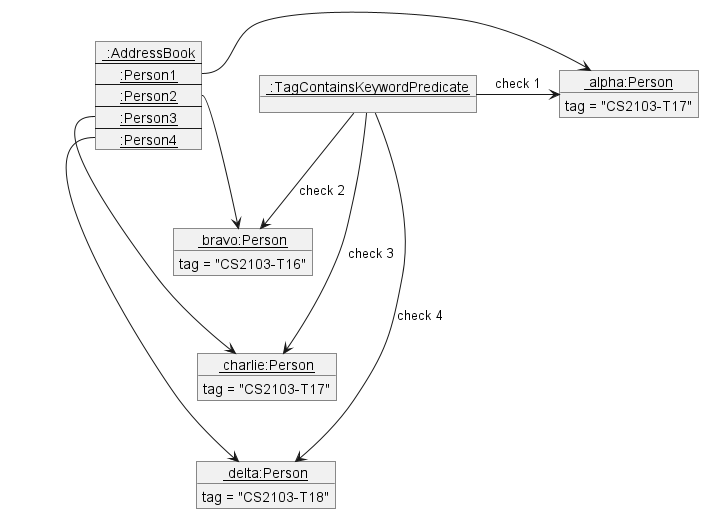
This is docs/images/FilterDiagram4.png from nus-cs2103-AY2223S1/tp, a PlantUML export, as it was before one commit. Source of this version:
```plantuml
@startuml

object "<u> alpha:Person" as Alpha {
    tag = "CS2103-T17"
}
object "<u> bravo:Person" as Bravo {
    tag = "CS2103-T16"
}
object "<u> charlie:Person" as Charlie {
    tag = "CS2103-T17"
}
object "<u> delta:Person" as Delta {
    tag = "CS2103-T18"
}

map "<u> :AddressBook" as AddressBook {
 <u>:Person1 *-> Alpha
 <u>:Person2 *--> Bravo
 <u>:Person3 *--> Charlie
 <u>:Person4 *--> Delta
}

object "<u> :TagContainsKeywordPredicate" as check
check -> Alpha: check 1
check --> Bravo: check 2
check ---> Charlie:check 3
check ----> Delta:check 4
@enduml
```
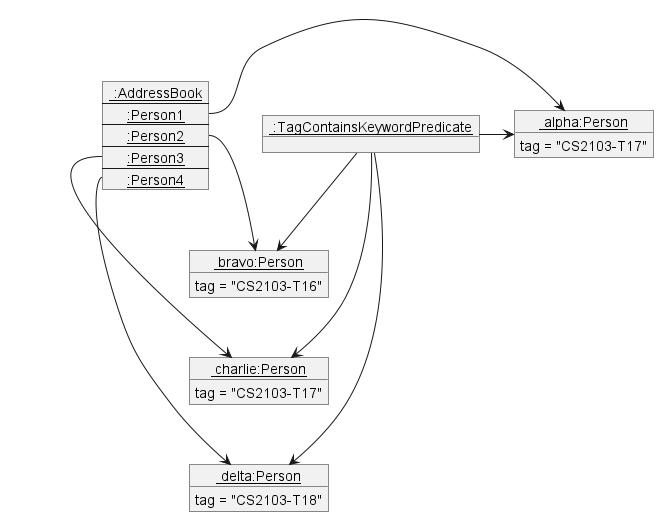
After the commit.

What changed in the source:
```diff
@@ -21,8 +21,8 @@
 }
 
 object "<u> :TagContainsKeywordPredicate" as check
-check -> Alpha: check 1
-check --> Bravo: check 2
-check ---> Charlie:check 3
-check ----> Delta:check 4
+check -> Alpha
+check --> Bravo
+check ---> Charlie
+check ----> Delta
 @enduml
```
